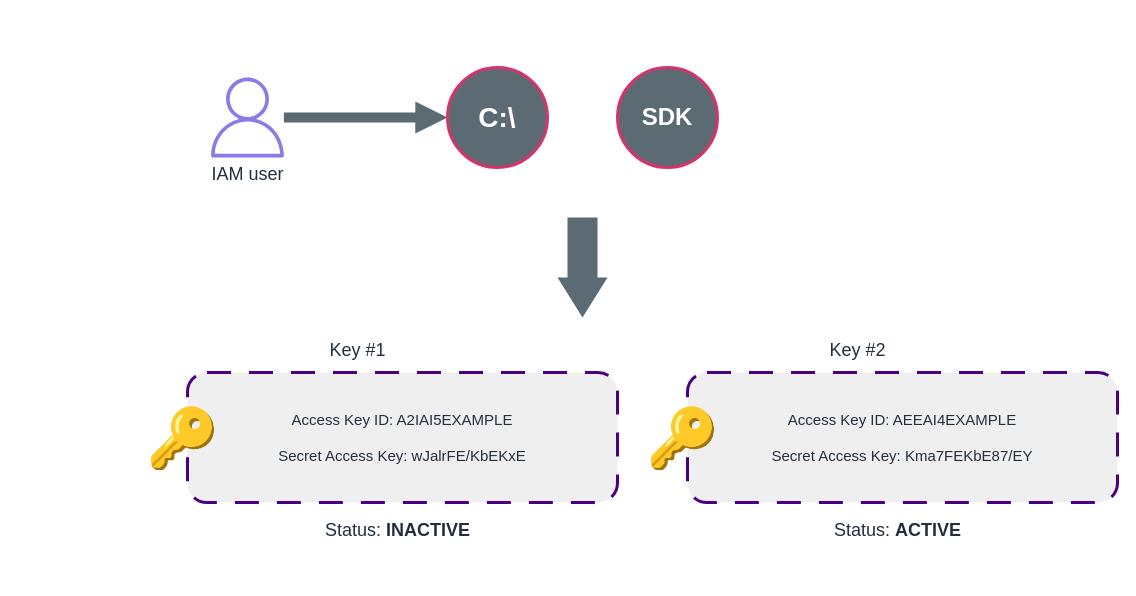
Above: scripts/sec-eng-aws/diagrams/src/m02-access-key-rotation.drawio in schinchli/katalyst-lms-web (draw.io), before the change. Source tidied: cells renumbered, new cells numbered last; positions are measured from the earlier drawing's top-left corner, leaving out a move shared by most shapes. Both pictures are drawn from the tidied source at 100%, with x=0, y=0 at pixel (137, 67). Pictures stored in the file or linked from it are replaced by grey dashed boxes.
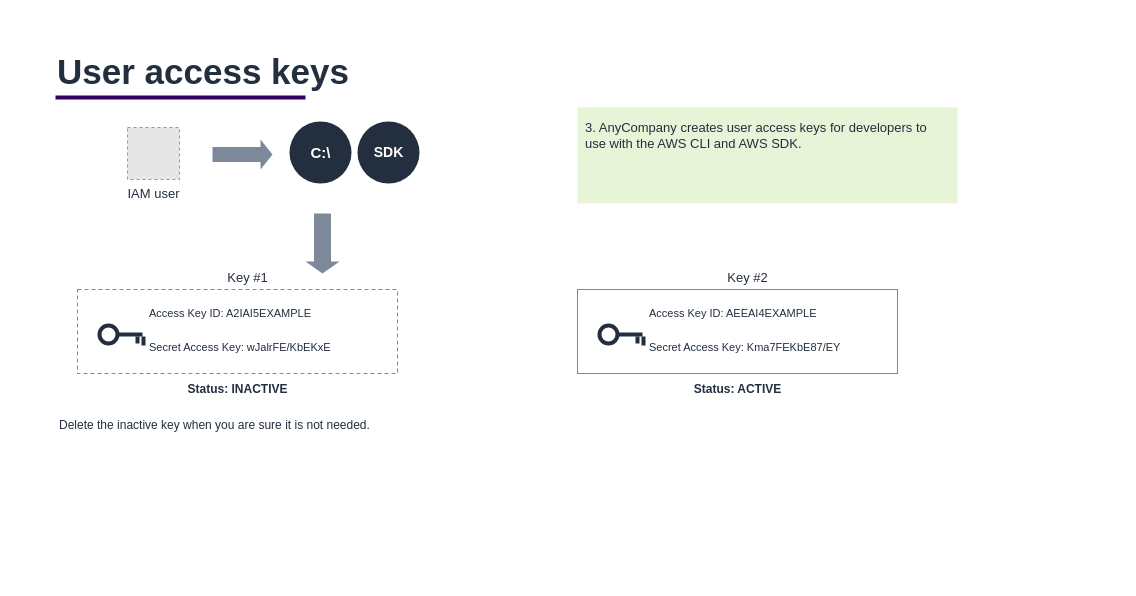
The same diagram, later.

The edit, as a diff of the source:
```diff
@@
+    <mxCell id="15" style="rounded=0;whiteSpace=wrap;html=1;fillColor=#FFFFFF;strokeColor=none;" parent="1" vertex="1">
+      <mxGeometry x="-120" y="-50" width="1000" height="562" as="geometry" />
+    </mxCell>
+    <mxCell id="16" value="User access keys" style="text;html=1;align=left;verticalAlign=middle;fontSize=35;fontFamily=Amazon Ember;fontColor=#232F3E;fontStyle=1;" parent="1" vertex="1">
+      <mxGeometry x="-82" y="-20" width="760" height="48" as="geometry" />
+    </mxCell>
+    <mxCell id="17" style="rounded=0;html=1;fillColor=#330066;strokeColor=none;" parent="1" vertex="1">
+      <mxGeometry x="-82" y="28" width="250" height="4" as="geometry" />
+    </mxCell>
-    <mxCell id="2" value="IAM user" style="sketch=0;outlineConnect=0;fontColor=#232F3E;gradientColor=none;fillColor=#8C7AE6;strokeColor=none;verticalLabelPosition=bottom;verticalAlign=top;align=center;html=1;fontSize=18;shape=mxgraph.aws4.user;" parent="1" vertex="1">
-      <mxGeometry x="70" y="10" width="80" height="80" as="geometry" />
+    <mxCell id="2" value="IAM user" style="fillColor=#E6E6E6;strokeColor=#999999;dashed=1;html=1;verticalLabelPosition=bottom;verticalAlign=top;align=center;fontColor=#232F3E;fontSize=13;fontFamily=Amazon Ember;labelBackgroundColor=none;" parent="1" vertex="1">
+      <mxGeometry x="-10" y="60" width="52" height="52" as="geometry" />
     </mxCell>
-    <mxCell id="3" style="endArrow=block;html=1;strokeColor=#5C6B73;strokeWidth=10;endFill=1;" parent="1" edge="1" source="2" target="4">
-      <mxGeometry relative="1" as="geometry" />
-    </mxCell>
+    <mxCell id="18" style="shape=singleArrow;html=1;fillColor=#7D8998;strokeColor=none;arrowWidth=0.5;arrowHead=0.6;" parent="1" vertex="1">
+      <mxGeometry x="75" y="72" width="60" height="30" as="geometry" />
+    </mxCell>
-    <mxCell id="4" value="C:\" style="ellipse;whiteSpace=wrap;html=1;fillColor=#5C6B73;strokeColor=#D6336C;strokeWidth=3;fontColor=#FFFFFF;fontSize=28;fontStyle=1;" parent="1" vertex="1">
-      <mxGeometry x="310" width="100" height="100" as="geometry" />
+    <mxCell id="4" value="C:\" style="ellipse;html=1;fillColor=#232F3E;strokeColor=none;fontColor=#FFFFFF;fontSize=15;fontStyle=1;fontFamily=Amazon Ember;" parent="1" vertex="1">
+      <mxGeometry x="152" y="54" width="62" height="62" as="geometry" />
     </mxCell>
-    <mxCell id="5" value="SDK" style="ellipse;whiteSpace=wrap;html=1;fillColor=#5C6B73;strokeColor=#D6336C;strokeWidth=3;fontColor=#FFFFFF;fontSize=24;fontStyle=1;" parent="1" vertex="1">
-      <mxGeometry x="480" width="100" height="100" as="geometry" />
+    <mxCell id="5" value="SDK" style="ellipse;html=1;fillColor=#232F3E;strokeColor=none;fontColor=#FFFFFF;fontSize=14;fontStyle=1;fontFamily=Amazon Ember;" parent="1" vertex="1">
+      <mxGeometry x="220" y="54" width="62" height="62" as="geometry" />
     </mxCell>
-    <mxCell id="6" style="shape=singleArrow;direction=south;whiteSpace=wrap;html=1;fillColor=#5C6B73;strokeColor=none;arrowWidth=0.6;arrowSize=0.4;" parent="1" vertex="1">
-      <mxGeometry x="420" y="150" width="50" height="100" as="geometry" />
-    </mxCell>
+    <mxCell id="19" value="3. AnyCompany creates user access keys for developers to use with the AWS CLI and AWS SDK." style="rounded=0;whiteSpace=wrap;html=1;fillColor=#E8F4D8;strokeColor=none;align=left;verticalAlign=top;fontColor=#232F3E;fontSize=13;fontFamily=Amazon Ember;spacing=8;" parent="1" vertex="1">
+      <mxGeometry x="440" y="40" width="380" height="96" as="geometry" />
+    </mxCell>
+    <mxCell id="20" style="shape=singleArrow;direction=south;html=1;fillColor=#7D8998;strokeColor=none;arrowWidth=0.5;arrowHead=0.7;" parent="1" vertex="1">
+      <mxGeometry x="168" y="146" width="34" height="60" as="geometry" />
+    </mxCell>
-    <mxCell id="7" value="Key #1" style="text;html=1;align=center;verticalAlign=middle;fontSize=18;fontColor=#232F3E;" parent="1" vertex="1">
-      <mxGeometry x="120" y="270" width="200" height="26" as="geometry" />
+    <mxCell id="7" value="Key #1" style="text;html=1;align=center;verticalAlign=middle;fontSize=13;fontFamily=Amazon Ember;fontColor=#232F3E;" parent="1" vertex="1">
+      <mxGeometry x="10" y="200" width="200" height="20" as="geometry" />
     </mxCell>
-    <mxCell id="8" value="Access Key ID: A2IAI5EXAMPLE&lt;br&gt;&lt;br&gt;Secret Access Key: wJalrFE/KbEKxE" style="rounded=1;whiteSpace=wrap;html=1;fillColor=#EFEFEF;strokeColor=#4B0082;strokeWidth=3;dashed=1;dashPattern=8 6;fontSize=15;fontColor=#232F3E;" parent="1" vertex="1">
-      <mxGeometry x="50" y="305" width="430" height="130" as="geometry" />
-    </mxCell>
-    <mxCell id="9" value="🔑" style="text;html=1;align=center;verticalAlign=middle;fontSize=58;fontColor=#000000;" parent="1" vertex="1">
-      <mxGeometry y="340" width="90" height="60" as="geometry" />
-    </mxCell>
+    <mxCell id="21" style="rounded=0;whiteSpace=wrap;html=1;fillColor=#FFFFFF;strokeColor=#7D8998;strokeWidth=1;dashed=1;dashPattern=4 3;" parent="1" vertex="1">
+      <mxGeometry x="-60" y="222" width="320" height="84" as="geometry" />
+    </mxCell>
+    <mxCell id="22" style="ellipse;html=1;fillColor=none;strokeColor=#232F3E;strokeWidth=4;" parent="1" vertex="1">
+      <mxGeometry x="-38" y="258" width="18" height="18" as="geometry" />
+    </mxCell>
+    <mxCell id="23" style="rounded=0;html=1;fillColor=#232F3E;strokeColor=none;" parent="1" vertex="1">
+      <mxGeometry x="-21" y="265" width="26" height="4" as="geometry" />
+    </mxCell>
+    <mxCell id="24" style="rounded=0;html=1;fillColor=#232F3E;strokeColor=none;" parent="1" vertex="1">
+      <mxGeometry x="-2" y="269" width="4" height="7" as="geometry" />
+    </mxCell>
+    <mxCell id="25" style="rounded=0;html=1;fillColor=#232F3E;strokeColor=none;" parent="1" vertex="1">
+      <mxGeometry x="4" y="269" width="4" height="9" as="geometry" />
+    </mxCell>
+    <mxCell id="26" value="Access Key ID: A2IAI5EXAMPLE" style="text;html=1;align=left;verticalAlign=middle;fontSize=11;fontFamily=Amazon Ember;fontColor=#232F3E;" parent="1" vertex="1">
+      <mxGeometry x="10" y="236" width="240" height="20" as="geometry" />
+    </mxCell>
+    <mxCell id="27" value="Secret Access Key: wJalrFE/KbEKxE" style="text;html=1;align=left;verticalAlign=middle;fontSize=11;fontFamily=Amazon Ember;fontColor=#232F3E;" parent="1" vertex="1">
+      <mxGeometry x="10" y="270" width="240" height="20" as="geometry" />
+    </mxCell>
-    <mxCell id="10" value="Status: &lt;b&gt;INACTIVE&lt;/b&gt;" style="text;html=1;align=center;verticalAlign=middle;fontSize=18;fontColor=#232F3E;" parent="1" vertex="1">
-      <mxGeometry x="70" y="450" width="380" height="26" as="geometry" />
+    <mxCell id="10" value="Status: INACTIVE" style="text;html=1;align=center;verticalAlign=middle;fontSize=12;fontFamily=Amazon Ember;fontColor=#232F3E;fontStyle=1;" parent="1" vertex="1">
+      <mxGeometry x="-60" y="312" width="320" height="20" as="geometry" />
     </mxCell>
-    <mxCell id="11" value="Key #2" style="text;html=1;align=center;verticalAlign=middle;fontSize=18;fontColor=#232F3E;" parent="1" vertex="1">
-      <mxGeometry x="620" y="270" width="200" height="26" as="geometry" />
+    <mxCell id="11" value="Key #2" style="text;html=1;align=center;verticalAlign=middle;fontSize=13;fontFamily=Amazon Ember;fontColor=#232F3E;" parent="1" vertex="1">
+      <mxGeometry x="510" y="200" width="200" height="20" as="geometry" />
     </mxCell>
-    <mxCell id="12" value="Access Key ID: AEEAI4EXAMPLE&lt;br&gt;&lt;br&gt;Secret Access Key: Kma7FEKbE87/EY" style="rounded=1;whiteSpace=wrap;html=1;fillColor=#EFEFEF;strokeColor=#4B0082;strokeWidth=3;dashed=1;dashPattern=8 6;fontSize=15;fontColor=#232F3E;" parent="1" vertex="1">
-      <mxGeometry x="550" y="305" width="430" height="130" as="geometry" />
-    </mxCell>
-    <mxCell id="13" value="🔑" style="text;html=1;align=center;verticalAlign=middle;fontSize=58;fontColor=#000000;" parent="1" vertex="1">
-      <mxGeometry x="500" y="340" width="90" height="60" as="geometry" />
-    </mxCell>
+    <mxCell id="28" style="rounded=0;whiteSpace=wrap;html=1;fillColor=#FFFFFF;strokeColor=#7D8998;strokeWidth=1;dashed=0;" parent="1" vertex="1">
+      <mxGeometry x="440" y="222" width="320" height="84" as="geometry" />
+    </mxCell>
+    <mxCell id="29" style="ellipse;html=1;fillColor=none;strokeColor=#232F3E;strokeWidth=4;" parent="1" vertex="1">
+      <mxGeometry x="462" y="258" width="18" height="18" as="geometry" />
+    </mxCell>
+    <mxCell id="30" style="rounded=0;html=1;fillColor=#232F3E;strokeColor=none;" parent="1" vertex="1">
+      <mxGeometry x="479" y="265" width="26" height="4" as="geometry" />
+    </mxCell>
+    <mxCell id="31" style="rounded=0;html=1;fillColor=#232F3E;strokeColor=none;" parent="1" vertex="1">
+      <mxGeometry x="498" y="269" width="4" height="7" as="geometry" />
+    </mxCell>
+    <mxCell id="32" style="rounded=0;html=1;fillColor=#232F3E;strokeColor=none;" parent="1" vertex="1">
+      <mxGeometry x="504" y="269" width="4" height="9" as="geometry" />
+    </mxCell>
+    <mxCell id="33" value="Access Key ID: AEEAI4EXAMPLE" style="text;html=1;align=left;verticalAlign=middle;fontSize=11;fontFamily=Amazon Ember;fontColor=#232F3E;" parent="1" vertex="1">
+      <mxGeometry x="510" y="236" width="240" height="20" as="geometry" />
+    </mxCell>
+    <mxCell id="34" value="Secret Access Key: Kma7FEKbE87/EY" style="text;html=1;align=left;verticalAlign=middle;fontSize=11;fontFamily=Amazon Ember;fontColor=#232F3E;" parent="1" vertex="1">
+      <mxGeometry x="510" y="270" width="240" height="20" as="geometry" />
+    </mxCell>
-    <mxCell id="14" value="Status: &lt;b&gt;ACTIVE&lt;/b&gt;" style="text;html=1;align=center;verticalAlign=middle;fontSize=18;fontColor=#232F3E;" parent="1" vertex="1">
-      <mxGeometry x="570" y="450" width="380" height="26" as="geometry" />
+    <mxCell id="14" value="Status: ACTIVE" style="text;html=1;align=center;verticalAlign=middle;fontSize=12;fontFamily=Amazon Ember;fontColor=#232F3E;fontStyle=1;" parent="1" vertex="1">
+      <mxGeometry x="440" y="312" width="320" height="20" as="geometry" />
     </mxCell>
+    <mxCell id="35" value="Delete the inactive key when you are sure it is not needed." style="text;html=1;align=left;verticalAlign=middle;fontSize=12;fontFamily=Amazon Ember;fontColor=#232F3E;" parent="1" vertex="1">
+      <mxGeometry x="-80" y="348" width="600" height="20" as="geometry" />
+    </mxCell>
```
